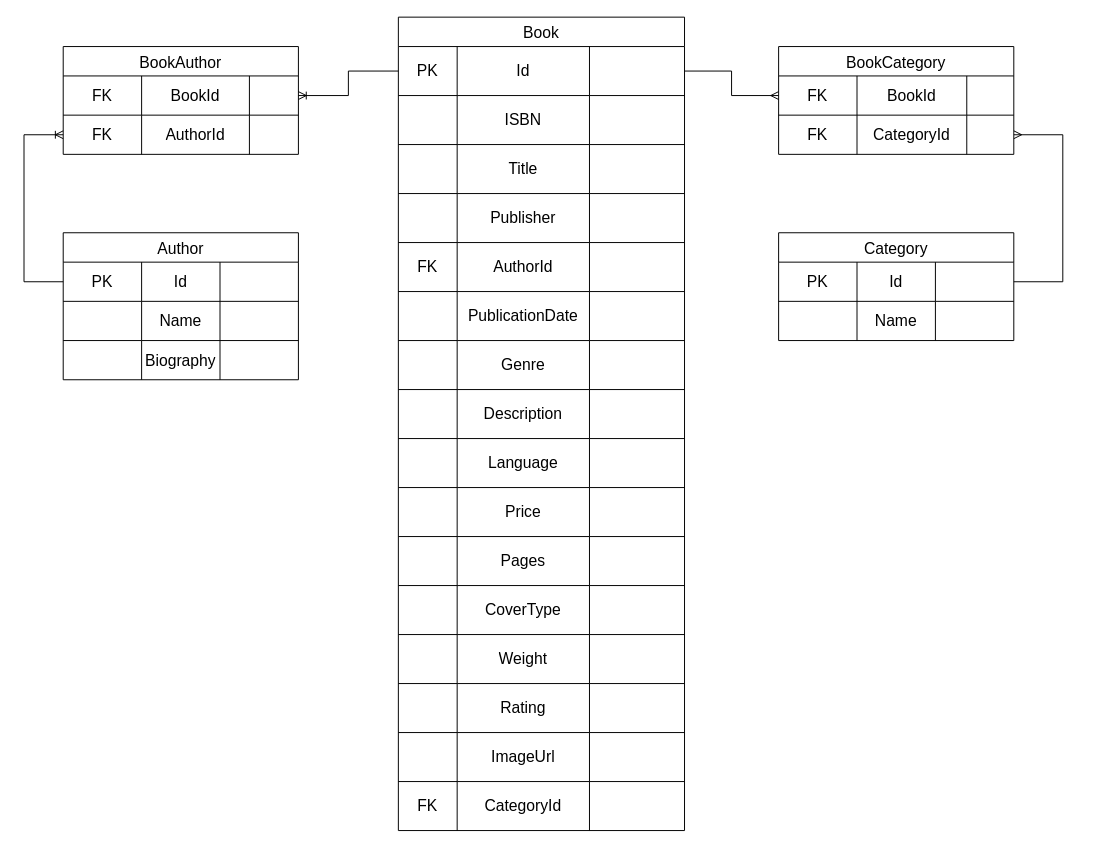
The draw.io diagram page "Физическая модель" (3 of 3) of BookFlowSchemadrawio.drawio in BahodurTursunov/BookFlow, before the edit. Source tidied: cells renumbered, new cells numbered last; positions are measured from the earlier drawing's top-left corner, leaving out a move shared by most shapes. Both pictures are drawn from the tidied source at 98%, with x=0, y=0 at pixel (24, 17).
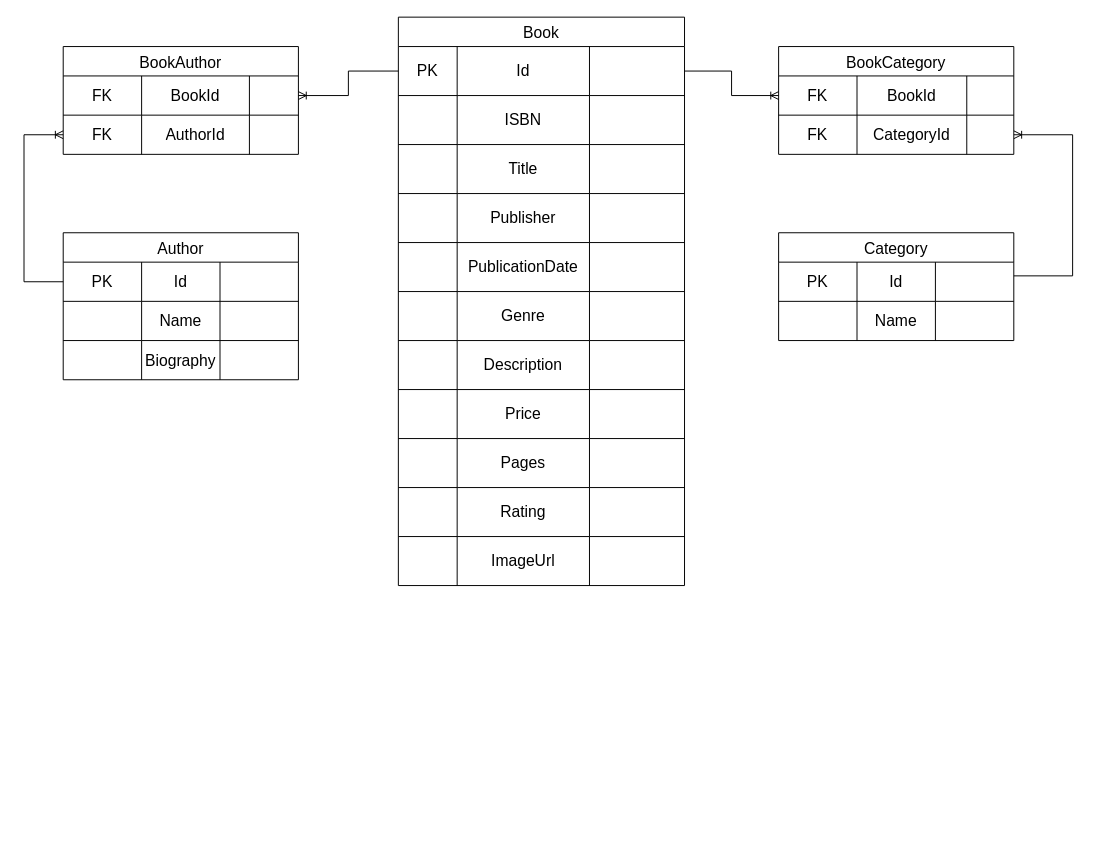
The same diagram, later.

The change refers to these unchanged cells:
```xml
<mxCell id="16" style="shape=tableRow;horizontal=0;startSize=0;swimlaneHead=0;swimlaneBody=0;strokeColor=inherit;top=0;left=0;bottom=0;right=0;fillColor=none;points=[[0,0.5],[1,0.5]];portConstraint=eastwest;fontSize=16;" parent="15" vertex="1">
  <mxGeometry y="30" width="292" height="50" as="geometry" />
</mxCell>
<mxCell id="81" style="shape=tableRow;horizontal=0;startSize=0;swimlaneHead=0;swimlaneBody=0;strokeColor=inherit;top=0;left=0;bottom=0;right=0;fillColor=none;points=[[0,0.5],[1,0.5]];portConstraint=eastwest;fontSize=16;" parent="80" vertex="1">
  <mxGeometry y="30" width="240" height="40" as="geometry" />
</mxCell>
<mxCell id="99" style="shape=tableRow;horizontal=0;startSize=0;swimlaneHead=0;swimlaneBody=0;strokeColor=inherit;top=0;left=0;bottom=0;right=0;fillColor=none;points=[[0,0.5],[1,0.5]];portConstraint=eastwest;fontSize=16;" parent="98" vertex="1">
  <mxGeometry y="30" width="240" height="40" as="geometry" />
</mxCell>
<mxCell id="103" style="shape=tableRow;horizontal=0;startSize=0;swimlaneHead=0;swimlaneBody=0;strokeColor=inherit;top=0;left=0;bottom=0;right=0;fillColor=none;points=[[0,0.5],[1,0.5]];portConstraint=eastwest;fontSize=16;" parent="98" vertex="1">
  <mxGeometry y="70" width="240" height="40" as="geometry" />
</mxCell>
```

What changed in the source:
```diff
@@
     <mxCell id="15" value="Book" style="shape=table;startSize=30;childLayout=tableLayout;strokeColor=default;fontSize=16;" parent="1" vertex="1">
-      <mxGeometry x="382" width="292" height="830" as="geometry" />
+      <mxGeometry x="382" width="292" height="580" as="geometry" />
     </mxCell>
@@
-    <mxCell id="32" style="shape=tableRow;horizontal=0;startSize=0;swimlaneHead=0;swimlaneBody=0;strokeColor=inherit;top=0;left=0;bottom=0;right=0;fillColor=none;fontSize=16;" parent="15" vertex="1">
-      <mxGeometry y="230" width="292" height="50" as="geometry" />
-    </mxCell>
-    <mxCell id="33" value="FK" style="shape=partialRectangle;html=1;whiteSpace=wrap;strokeColor=inherit;overflow=hidden;fillColor=none;top=0;left=0;bottom=0;right=0;fontSize=16;" parent="32" vertex="1">
-      <mxGeometry width="60" height="50" as="geometry" />
-    </mxCell>
-    <mxCell id="34" value="AuthorId" style="shape=partialRectangle;html=1;whiteSpace=wrap;strokeColor=inherit;overflow=hidden;fillColor=none;top=0;left=0;bottom=0;right=0;fontSize=16;" parent="32" vertex="1">
-      <mxGeometry x="60" width="135" height="50" as="geometry" />
-    </mxCell>
-    <mxCell id="35" style="shape=partialRectangle;html=1;whiteSpace=wrap;strokeColor=inherit;overflow=hidden;fillColor=none;top=0;left=0;bottom=0;right=0;fontSize=16;" parent="32" vertex="1">
-      <mxGeometry x="195" width="97" height="50" as="geometry" />
-    </mxCell>
     <mxCell id="36" style="shape=tableRow;horizontal=0;startSize=0;swimlaneHead=0;swimlaneBody=0;strokeColor=inherit;top=0;left=0;bottom=0;right=0;fillColor=none;fontSize=16;" parent="15" vertex="1">
-      <mxGeometry y="280" width="292" height="50" as="geometry" />
+      <mxGeometry y="230" width="292" height="50" as="geometry" />
     </mxCell>
@@
     <mxCell id="40" style="shape=tableRow;horizontal=0;startSize=0;swimlaneHead=0;swimlaneBody=0;strokeColor=inherit;top=0;left=0;bottom=0;right=0;fillColor=none;fontSize=16;" parent="15" vertex="1">
-      <mxGeometry y="330" width="292" height="50" as="geometry" />
+      <mxGeometry y="280" width="292" height="50" as="geometry" />
     </mxCell>
@@
     <mxCell id="44" style="shape=tableRow;horizontal=0;startSize=0;swimlaneHead=0;swimlaneBody=0;strokeColor=inherit;top=0;left=0;bottom=0;right=0;fillColor=none;fontSize=16;" parent="15" vertex="1">
-      <mxGeometry y="380" width="292" height="50" as="geometry" />
+      <mxGeometry y="330" width="292" height="50" as="geometry" />
     </mxCell>
@@
-    <mxCell id="48" style="shape=tableRow;horizontal=0;startSize=0;swimlaneHead=0;swimlaneBody=0;strokeColor=inherit;top=0;left=0;bottom=0;right=0;fillColor=none;fontSize=16;" parent="15" vertex="1">
-      <mxGeometry y="430" width="292" height="50" as="geometry" />
-    </mxCell>
-    <mxCell id="49" style="shape=partialRectangle;html=1;whiteSpace=wrap;strokeColor=inherit;overflow=hidden;fillColor=none;top=0;left=0;bottom=0;right=0;fontSize=16;" parent="48" vertex="1">
-      <mxGeometry width="60" height="50" as="geometry" />
-    </mxCell>
-    <mxCell id="50" value="Language" style="shape=partialRectangle;html=1;whiteSpace=wrap;strokeColor=inherit;overflow=hidden;fillColor=none;top=0;left=0;bottom=0;right=0;fontSize=16;" parent="48" vertex="1">
-      <mxGeometry x="60" width="135" height="50" as="geometry" />
-    </mxCell>
-    <mxCell id="51" style="shape=partialRectangle;html=1;whiteSpace=wrap;strokeColor=inherit;overflow=hidden;fillColor=none;top=0;left=0;bottom=0;right=0;fontSize=16;" parent="48" vertex="1">
-      <mxGeometry x="195" width="97" height="50" as="geometry" />
-    </mxCell>
     <mxCell id="52" style="shape=tableRow;horizontal=0;startSize=0;swimlaneHead=0;swimlaneBody=0;strokeColor=inherit;top=0;left=0;bottom=0;right=0;fillColor=none;fontSize=16;" parent="15" vertex="1">
-      <mxGeometry y="480" width="292" height="50" as="geometry" />
+      <mxGeometry y="380" width="292" height="50" as="geometry" />
     </mxCell>
@@
     <mxCell id="56" style="shape=tableRow;horizontal=0;startSize=0;swimlaneHead=0;swimlaneBody=0;strokeColor=inherit;top=0;left=0;bottom=0;right=0;fillColor=none;fontSize=16;" parent="15" vertex="1">
-      <mxGeometry y="530" width="292" height="50" as="geometry" />
+      <mxGeometry y="430" width="292" height="50" as="geometry" />
     </mxCell>
@@
-    <mxCell id="60" style="shape=tableRow;horizontal=0;startSize=0;swimlaneHead=0;swimlaneBody=0;strokeColor=inherit;top=0;left=0;bottom=0;right=0;fillColor=none;fontSize=16;" parent="15" vertex="1">
-      <mxGeometry y="580" width="292" height="50" as="geometry" />
-    </mxCell>
-    <mxCell id="61" style="shape=partialRectangle;html=1;whiteSpace=wrap;strokeColor=inherit;overflow=hidden;fillColor=none;top=0;left=0;bottom=0;right=0;fontSize=16;" parent="60" vertex="1">
-      <mxGeometry width="60" height="50" as="geometry" />
-    </mxCell>
-    <mxCell id="62" value="CoverType" style="shape=partialRectangle;html=1;whiteSpace=wrap;strokeColor=inherit;overflow=hidden;fillColor=none;top=0;left=0;bottom=0;right=0;fontSize=16;" parent="60" vertex="1">
-      <mxGeometry x="60" width="135" height="50" as="geometry" />
-    </mxCell>
-    <mxCell id="63" style="shape=partialRectangle;html=1;whiteSpace=wrap;strokeColor=inherit;overflow=hidden;fillColor=none;top=0;left=0;bottom=0;right=0;fontSize=16;" parent="60" vertex="1">
-      <mxGeometry x="195" width="97" height="50" as="geometry" />
-    </mxCell>
-    <mxCell id="64" style="shape=tableRow;horizontal=0;startSize=0;swimlaneHead=0;swimlaneBody=0;strokeColor=inherit;top=0;left=0;bottom=0;right=0;fillColor=none;fontSize=16;" parent="15" vertex="1">
-      <mxGeometry y="630" width="292" height="50" as="geometry" />
-    </mxCell>
-    <mxCell id="65" style="shape=partialRectangle;html=1;whiteSpace=wrap;strokeColor=inherit;overflow=hidden;fillColor=none;top=0;left=0;bottom=0;right=0;fontSize=16;" parent="64" vertex="1">
-      <mxGeometry width="60" height="50" as="geometry" />
-    </mxCell>
-    <mxCell id="66" value="Weight" style="shape=partialRectangle;html=1;whiteSpace=wrap;strokeColor=inherit;overflow=hidden;fillColor=none;top=0;left=0;bottom=0;right=0;fontSize=16;" parent="64" vertex="1">
-      <mxGeometry x="60" width="135" height="50" as="geometry" />
-    </mxCell>
-    <mxCell id="67" style="shape=partialRectangle;html=1;whiteSpace=wrap;strokeColor=inherit;overflow=hidden;fillColor=none;top=0;left=0;bottom=0;right=0;fontSize=16;" parent="64" vertex="1">
-      <mxGeometry x="195" width="97" height="50" as="geometry" />
-    </mxCell>
     <mxCell id="68" style="shape=tableRow;horizontal=0;startSize=0;swimlaneHead=0;swimlaneBody=0;strokeColor=inherit;top=0;left=0;bottom=0;right=0;fillColor=none;fontSize=16;" parent="15" vertex="1">
-      <mxGeometry y="680" width="292" height="50" as="geometry" />
+      <mxGeometry y="480" width="292" height="50" as="geometry" />
     </mxCell>
@@
     <mxCell id="72" style="shape=tableRow;horizontal=0;startSize=0;swimlaneHead=0;swimlaneBody=0;strokeColor=inherit;top=0;left=0;bottom=0;right=0;fillColor=none;fontSize=16;" parent="15" vertex="1">
-      <mxGeometry y="730" width="292" height="50" as="geometry" />
+      <mxGeometry y="530" width="292" height="50" as="geometry" />
     </mxCell>
@@
-    <mxCell id="76" style="shape=tableRow;horizontal=0;startSize=0;swimlaneHead=0;swimlaneBody=0;strokeColor=inherit;top=0;left=0;bottom=0;right=0;fillColor=none;fontSize=16;" parent="15" vertex="1">
-      <mxGeometry y="780" width="292" height="50" as="geometry" />
-    </mxCell>
-    <mxCell id="77" value="FK" style="shape=partialRectangle;html=1;whiteSpace=wrap;strokeColor=inherit;overflow=hidden;fillColor=none;top=0;left=0;bottom=0;right=0;fontSize=16;" parent="76" vertex="1">
-      <mxGeometry width="60" height="50" as="geometry" />
-    </mxCell>
-    <mxCell id="78" value="CategoryId" style="shape=partialRectangle;html=1;whiteSpace=wrap;strokeColor=inherit;overflow=hidden;fillColor=none;top=0;left=0;bottom=0;right=0;fontSize=16;" parent="76" vertex="1">
-      <mxGeometry x="60" width="135" height="50" as="geometry" />
-    </mxCell>
-    <mxCell id="79" style="shape=partialRectangle;html=1;whiteSpace=wrap;strokeColor=inherit;overflow=hidden;fillColor=none;top=0;left=0;bottom=0;right=0;fontSize=16;" parent="76" vertex="1">
-      <mxGeometry x="195" width="97" height="50" as="geometry" />
-    </mxCell>
@@
-    <mxCell id="109" style="edgeStyle=orthogonalEdgeStyle;fontSize=12;html=1;endArrow=ERmany;rounded=0;entryX=0;entryY=0.5;entryDx=0;entryDy=0;exitX=1;exitY=0.5;exitDx=0;exitDy=0;" parent="1" edge="1" source="16" target="99">
+    <mxCell id="109" style="edgeStyle=orthogonalEdgeStyle;fontSize=12;html=1;endArrow=ERoneToMany;rounded=0;exitX=1;exitY=0.5;exitDx=0;exitDy=0;entryX=0;entryY=0.5;entryDx=0;entryDy=0;" parent="1" edge="1" source="16" target="99">
       <mxGeometry relative="1" as="geometry" />
     </mxCell>
-    <mxCell id="110" style="edgeStyle=orthogonalEdgeStyle;fontSize=12;html=1;endArrow=ERmany;rounded=0;exitX=1;exitY=0.5;exitDx=0;exitDy=0;" parent="1" edge="1" source="81" target="103">
+    <mxCell id="110" style="edgeStyle=orthogonalEdgeStyle;fontSize=12;html=1;endArrow=ERoneToMany;rounded=0;entryX=1;entryY=0.5;entryDx=0;entryDy=0;" parent="1" edge="1" source="81" target="103">
       <mxGeometry relative="1" as="geometry">
         <Array as="points">
-          <mxPoint x="1060" y="270" />
-          <mxPoint x="1060" y="120" />
+          <mxPoint x="1070" y="264" />
+          <mxPoint x="1070" y="120" />
         </Array>
       </mxGeometry>
     </mxCell>
```
